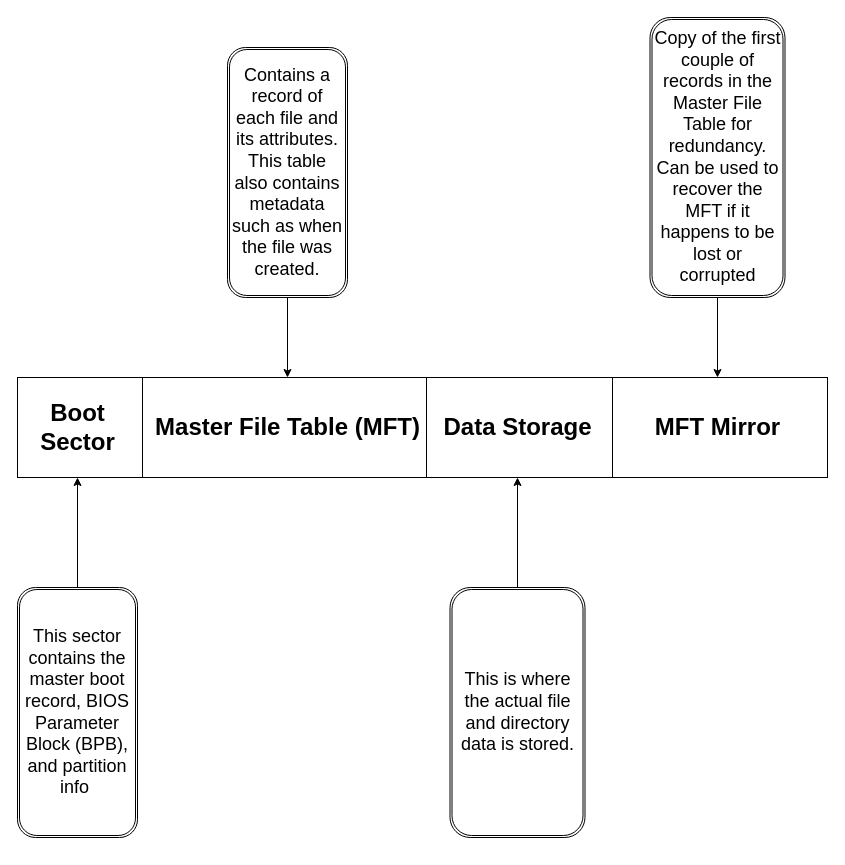
Before: NTFS_FAT_Architectures/NTFS_Architecture_Diagram.drawio in jxcarlat/NTFS_FAT_File_Structure, a draw.io diagram. Source tidied: cells renumbered, new cells numbered last; positions are measured from the earlier drawing's top-left corner, leaving out a move shared by most shapes. Both pictures are drawn from the tidied source at 100%, with x=0, y=0 at pixel (17, 17).
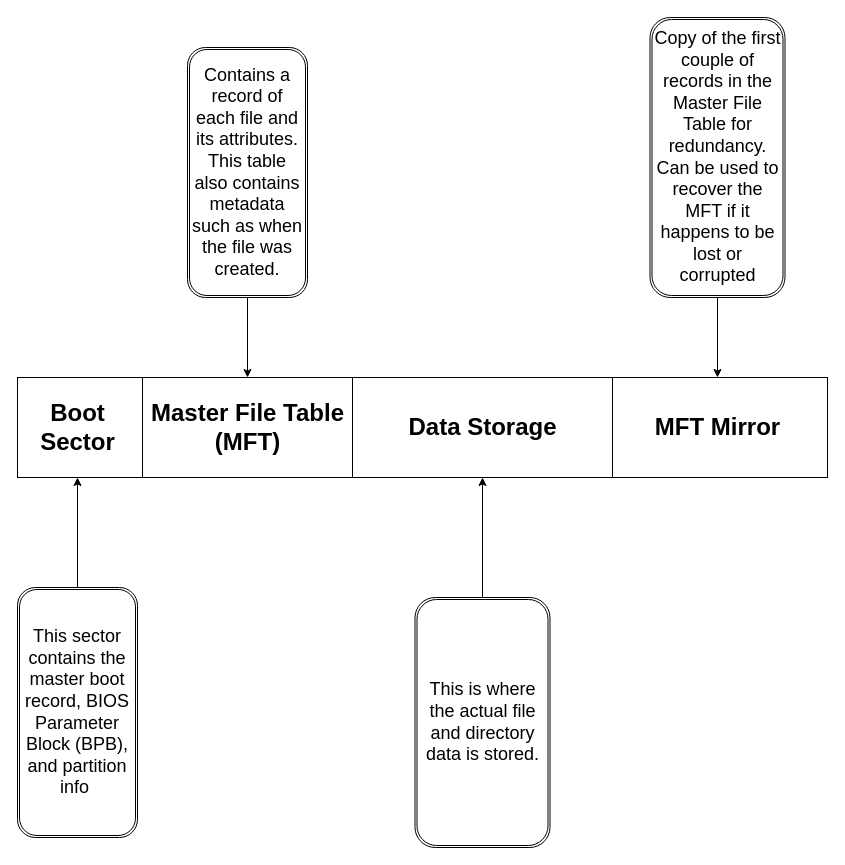
The same page after the edit.

What changed in the source:
```diff
@@
 <mxGraphModel>
   <root>
     <mxCell id="0" />
     <mxCell id="1" parent="0" />
     <mxCell id="2" style="rounded=0;whiteSpace=wrap;html=1;" parent="1" vertex="1">
       <mxGeometry y="360" width="810" height="100" as="geometry" />
     </mxCell>
     <mxCell id="3" value="Boot&lt;br&gt;Sector" style="text;strokeColor=none;fillColor=none;html=1;fontSize=24;fontStyle=1;verticalAlign=middle;align=center;" parent="1" vertex="1">
       <mxGeometry x="10" y="360" width="100" height="100" as="geometry" />
     </mxCell>
-    <mxCell id="4" style="line;strokeWidth=1;direction=south;html=1;" parent="1" vertex="1">
-      <mxGeometry x="404" y="360" width="10" height="100" as="geometry" />
-    </mxCell>
     <mxCell id="5" style="line;strokeWidth=1;direction=south;html=1;" parent="1" vertex="1">
       <mxGeometry x="590" y="360" width="10" height="100" as="geometry" />
     </mxCell>
-    <mxCell id="6" value="Master File Table (MFT)" style="text;strokeColor=none;fillColor=none;html=1;fontSize=24;fontStyle=1;verticalAlign=middle;align=center;" parent="1" vertex="1">
-      <mxGeometry x="130" y="360" width="280" height="100" as="geometry" />
+    <mxCell id="6" value="Master File Table&lt;br&gt;(MFT)" style="text;strokeColor=none;fillColor=none;html=1;fontSize=24;fontStyle=1;verticalAlign=middle;align=center;" parent="1" vertex="1">
+      <mxGeometry x="130" y="360" width="200" height="100" as="geometry" />
     </mxCell>
     <mxCell id="7" style="line;strokeWidth=1;direction=south;html=1;" parent="1" vertex="1">
       <mxGeometry x="120" y="360" width="10" height="100" as="geometry" />
     </mxCell>
     <mxCell id="8" value="Data Storage" style="text;strokeColor=none;fillColor=none;html=1;fontSize=24;fontStyle=1;verticalAlign=middle;align=center;" parent="1" vertex="1">
-      <mxGeometry x="410" y="360" width="180" height="100" as="geometry" />
+      <mxGeometry x="340" y="360" width="250" height="100" as="geometry" />
     </mxCell>
     <mxCell id="9" value="MFT Mirror" style="text;strokeColor=none;fillColor=none;html=1;fontSize=24;fontStyle=1;verticalAlign=middle;align=center;" parent="1" vertex="1">
       <mxGeometry x="590" y="360" width="220" height="100" as="geometry" />
     </mxCell>
     <mxCell id="10" style="edgeStyle=orthogonalEdgeStyle;rounded=0;jettySize=auto;html=1;entryX=0.5;entryY=1;entryDx=0;entryDy=0;" parent="1" edge="1" source="11" target="3">
       <mxGeometry relative="1" as="geometry" />
     </mxCell>
     <mxCell id="11" value="&lt;font style=&quot;font-size: 18px&quot;&gt;This sector contains the master boot record, BIOS Parameter Block (BPB), and partition info&amp;nbsp;&lt;/font&gt;" style="shape=ext;double=1;rounded=1;whiteSpace=wrap;html=1;strokeWidth=1;" parent="1" vertex="1">
       <mxGeometry y="570" width="120" height="250" as="geometry" />
     </mxCell>
     <mxCell id="12" style="edgeStyle=orthogonalEdgeStyle;rounded=0;jettySize=auto;html=1;entryX=0.5;entryY=0;entryDx=0;entryDy=0;" parent="1" edge="1" source="13" target="6">
       <mxGeometry relative="1" as="geometry" />
     </mxCell>
     <mxCell id="13" value="&lt;font style=&quot;font-size: 18px&quot;&gt;Contains a record of each file and its attributes. This table also contains metadata such as when the file was created.&lt;/font&gt;" style="shape=ext;double=1;rounded=1;whiteSpace=wrap;html=1;strokeWidth=1;" parent="1" vertex="1">
-      <mxGeometry x="210" y="30" width="120" height="250" as="geometry" />
+      <mxGeometry x="170" y="30" width="120" height="250" as="geometry" />
     </mxCell>
     <mxCell id="14" style="edgeStyle=orthogonalEdgeStyle;rounded=0;jettySize=auto;html=1;entryX=0.5;entryY=1;entryDx=0;entryDy=0;" parent="1" edge="1" source="15" target="8">
       <mxGeometry relative="1" as="geometry" />
     </mxCell>
     <mxCell id="15" value="&lt;span style=&quot;font-size: 18px&quot;&gt;This is where the actual file and directory data is stored.&lt;/span&gt;" style="shape=ext;double=1;rounded=1;whiteSpace=wrap;html=1;strokeWidth=1;" parent="1" vertex="1">
-      <mxGeometry x="432.5" y="570" width="135" height="250" as="geometry" />
+      <mxGeometry x="397.5" y="580" width="135" height="250" as="geometry" />
     </mxCell>
     <mxCell id="16" style="edgeStyle=orthogonalEdgeStyle;rounded=0;jettySize=auto;html=1;entryX=0.5;entryY=0;entryDx=0;entryDy=0;" parent="1" edge="1" source="17" target="9">
       <mxGeometry relative="1" as="geometry" />
     </mxCell>
     <mxCell id="17" value="&lt;font style=&quot;font-size: 18px&quot;&gt;Copy of the first couple of records in the Master File Table for redundancy. Can be used to recover the MFT if it happens to be lost or corrupted&lt;/font&gt;" style="shape=ext;double=1;rounded=1;whiteSpace=wrap;html=1;strokeWidth=1;" parent="1" vertex="1">
       <mxGeometry x="632.5" width="135" height="280" as="geometry" />
     </mxCell>
+    <mxCell id="4" style="line;strokeWidth=1;direction=south;html=1;" parent="1" vertex="1">
+      <mxGeometry x="330" y="360" width="10" height="100" as="geometry" />
+    </mxCell>
   </root>
 </mxGraphModel>
```
